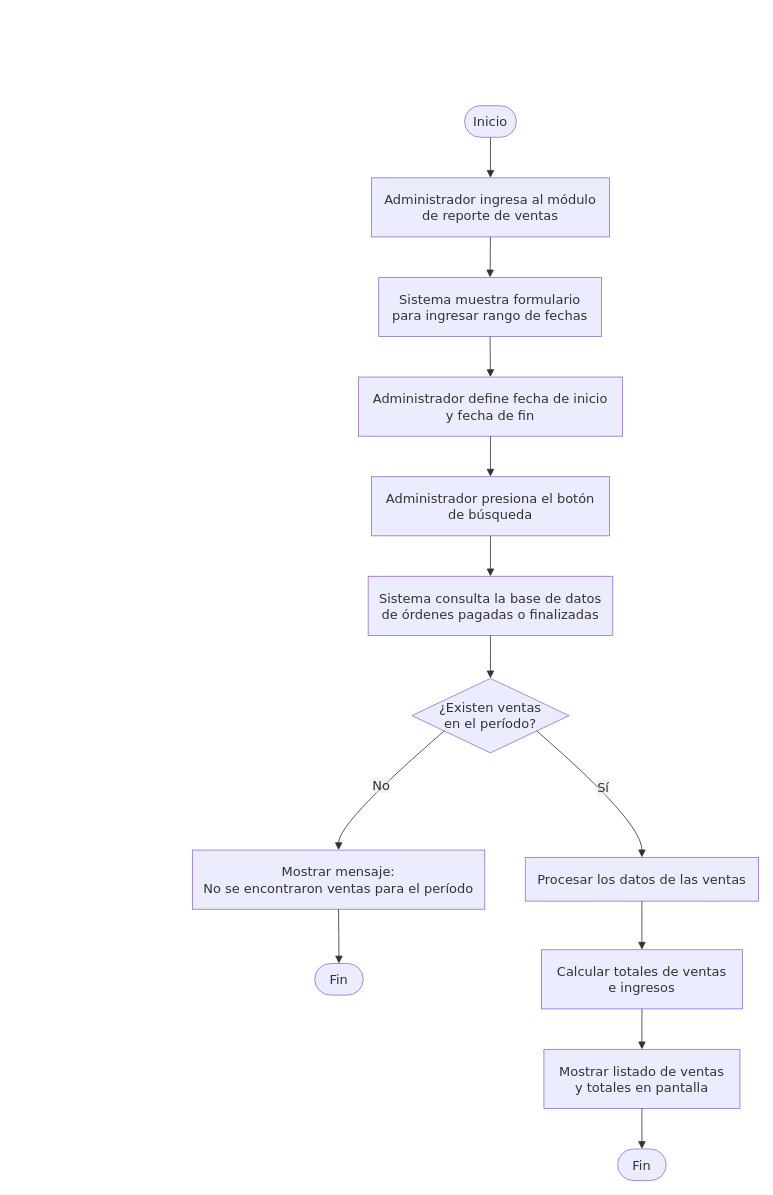
Before: page "RF11" (11 of 14) of documentacion/Diagramas/Diagramas Casos de Uso.drawio in CanelaFeliz/ProyectoPPI115, a draw.io diagram. Source tidied: cells renumbered, new cells numbered last; positions are measured from the earlier drawing's top-left corner, leaving out a move shared by most shapes. Both pictures are drawn from the tidied source at 81%, with x=0, y=0 at pixel (14, 14).
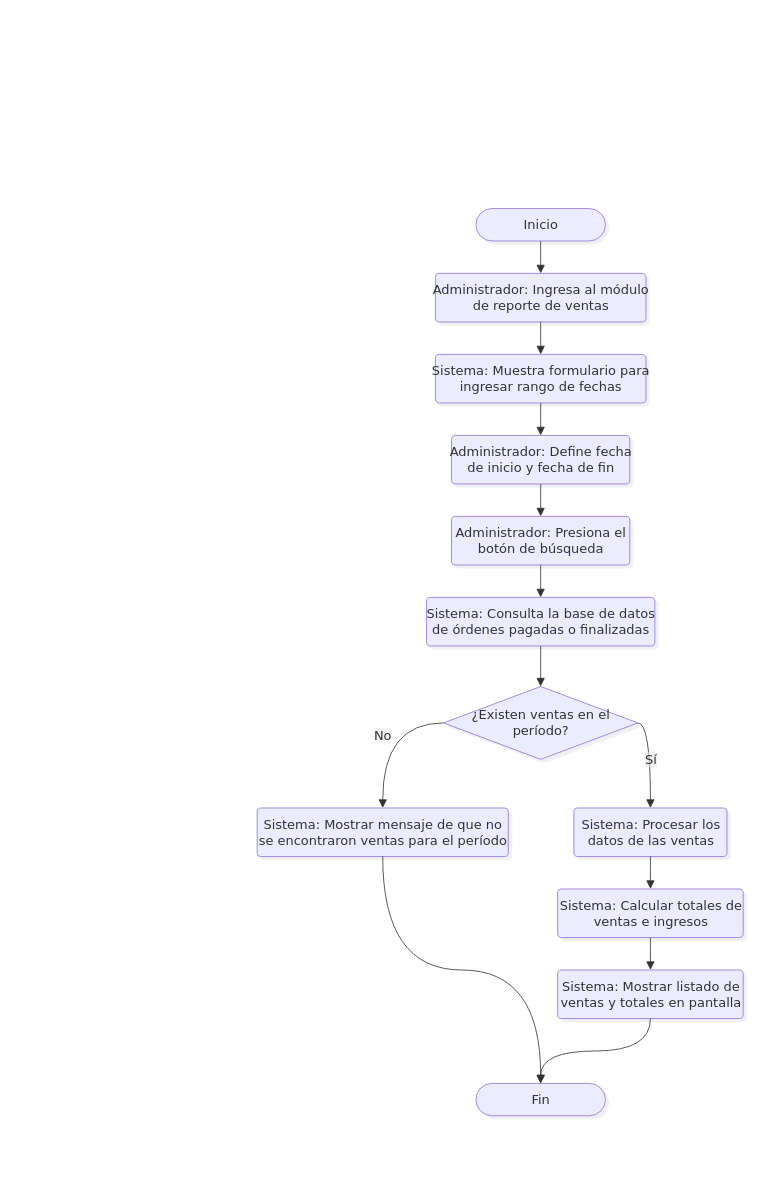
Above is the later version.

Unchanged cells that the change refers to:
```xml
<mxCell id="2" style="group;transparentBounds=1;editIcon=1;lockedGroup=0;groupPadding=10;" parent="1" vertex="1">
  <mxGeometry as="geometry" />
</mxCell>
```

Diff of the diagram source:
```diff
@@
-    <mxCell id="3" value="Inicio" style="html=1;rounded=1;whiteSpace=wrap;arcSize=50;strokeWidth=1;fillColor=light-dark(#ECECFF,#1f2020);strokeColor=light-dark(#9370DB,#cccccc);fontColor=light-dark(#333333,#cccccc);fontFamily=Trebuchet MS,Verdana,Arial,sans-serif;fontSize=16;" parent="2" vertex="1">
-      <mxGeometry x="556" y="113" width="64" height="39" as="geometry" />
+    <mxCell id="3" value="Inicio" style="html=1;rounded=1;arcSize=50;strokeWidth=1;fillColor=light-dark(#ECECFF,#1f2020);strokeColor=light-dark(#9370DB,#cccccc);fontColor=light-dark(#333333,#cccccc);fontFamily=Trebuchet MS,Verdana,Arial,sans-serif;fontSize=16;shadow=1;shadowColor=#000000;shadowOffsetX=4;shadowOffsetY=4;shadowBlur=0;shadowOpacity=6;" parent="2" vertex="1">
+      <mxGeometry x="570" y="240" width="160" height="40" as="geometry" />
     </mxCell>
-    <mxCell id="4" value="Administrador ingresa al módulo&#10;de reporte de ventas" style="html=1;whiteSpace=wrap;strokeWidth=1;fillColor=light-dark(#ECECFF,#1f2020);strokeColor=light-dark(#9370DB,#cccccc);fontColor=light-dark(#333333,#cccccc);fontFamily=Trebuchet MS,Verdana,Arial,sans-serif;fontSize=16;" parent="2" vertex="1">
-      <mxGeometry x="441" y="202" width="294" height="73" as="geometry" />
-    </mxCell>
-    <mxCell id="5" value="Sistema muestra formulario&#10;para ingresar rango de fechas" style="html=1;whiteSpace=wrap;strokeWidth=1;fillColor=light-dark(#ECECFF,#1f2020);strokeColor=light-dark(#9370DB,#cccccc);fontColor=light-dark(#333333,#cccccc);fontFamily=Trebuchet MS,Verdana,Arial,sans-serif;fontSize=16;" parent="2" vertex="1">
-      <mxGeometry x="450" y="325" width="275" height="73" as="geometry" />
-    </mxCell>
-    <mxCell id="6" value="Administrador define fecha de inicio&#10;y fecha de fin" style="html=1;whiteSpace=wrap;strokeWidth=1;fillColor=light-dark(#ECECFF,#1f2020);strokeColor=light-dark(#9370DB,#cccccc);fontColor=light-dark(#333333,#cccccc);fontFamily=Trebuchet MS,Verdana,Arial,sans-serif;fontSize=16;" parent="2" vertex="1">
-      <mxGeometry x="425" y="448" width="326" height="73" as="geometry" />
-    </mxCell>
-    <mxCell id="7" value="Administrador presiona el botón&#10;de búsqueda" style="html=1;whiteSpace=wrap;strokeWidth=1;fillColor=light-dark(#ECECFF,#1f2020);strokeColor=light-dark(#9370DB,#cccccc);fontColor=light-dark(#333333,#cccccc);fontFamily=Trebuchet MS,Verdana,Arial,sans-serif;fontSize=16;" parent="2" vertex="1">
-      <mxGeometry x="441" y="571" width="294" height="73" as="geometry" />
-    </mxCell>
-    <mxCell id="8" value="Sistema consulta la base de datos&#10;de órdenes pagadas o finalizadas" style="html=1;whiteSpace=wrap;strokeWidth=1;fillColor=light-dark(#ECECFF,#1f2020);strokeColor=light-dark(#9370DB,#cccccc);fontColor=light-dark(#333333,#cccccc);fontFamily=Trebuchet MS,Verdana,Arial,sans-serif;fontSize=16;" parent="2" vertex="1">
-      <mxGeometry x="437" y="694" width="302" height="73" as="geometry" />
-    </mxCell>
+    <mxCell id="28" value="Administrador: Ingresa al módulo&lt;br&gt;de reporte de ventas" style="rounded=1;absoluteArcSize=1;arcSize=10;html=1;strokeWidth=1;fillColor=light-dark(#ECECFF,#1f2020);strokeColor=light-dark(#9370DB,#cccccc);fontColor=light-dark(#333333,#cccccc);fontFamily=Trebuchet MS,Verdana,Arial,sans-serif;fontSize=16;shadow=1;shadowColor=#000000;shadowOffsetX=4;shadowOffsetY=4;shadowBlur=0;shadowOpacity=6;labelWidth=120;" parent="2" vertex="1">
+      <mxGeometry x="520" y="320" width="260" height="60" as="geometry" />
+    </mxCell>
+    <mxCell id="29" value="Sistema: Muestra formulario para&lt;br&gt;ingresar rango de fechas" style="rounded=1;absoluteArcSize=1;arcSize=10;html=1;strokeWidth=1;fillColor=light-dark(#ECECFF,#1f2020);strokeColor=light-dark(#9370DB,#cccccc);fontColor=light-dark(#333333,#cccccc);fontFamily=Trebuchet MS,Verdana,Arial,sans-serif;fontSize=16;shadow=1;shadowColor=#000000;shadowOffsetX=4;shadowOffsetY=4;shadowBlur=0;shadowOpacity=6;labelWidth=120;" parent="2" vertex="1">
+      <mxGeometry x="520" y="420" width="260" height="60" as="geometry" />
+    </mxCell>
+    <mxCell id="30" value="Administrador: Define fecha&lt;br&gt;de inicio y fecha de fin" style="rounded=1;absoluteArcSize=1;arcSize=10;html=1;strokeWidth=1;fillColor=light-dark(#ECECFF,#1f2020);strokeColor=light-dark(#9370DB,#cccccc);fontColor=light-dark(#333333,#cccccc);fontFamily=Trebuchet MS,Verdana,Arial,sans-serif;fontSize=16;shadow=1;shadowColor=#000000;shadowOffsetX=4;shadowOffsetY=4;shadowBlur=0;shadowOpacity=6;labelWidth=120;" parent="2" vertex="1">
+      <mxGeometry x="540" y="520" width="220" height="60" as="geometry" />
+    </mxCell>
+    <mxCell id="31" value="Administrador: Presiona el&lt;br&gt;botón de búsqueda" style="rounded=1;absoluteArcSize=1;arcSize=10;html=1;strokeWidth=1;fillColor=light-dark(#ECECFF,#1f2020);strokeColor=light-dark(#9370DB,#cccccc);fontColor=light-dark(#333333,#cccccc);fontFamily=Trebuchet MS,Verdana,Arial,sans-serif;fontSize=16;shadow=1;shadowColor=#000000;shadowOffsetX=4;shadowOffsetY=4;shadowBlur=0;shadowOpacity=6;labelWidth=120;" parent="2" vertex="1">
+      <mxGeometry x="540" y="620" width="220" height="60" as="geometry" />
+    </mxCell>
+    <mxCell id="32" value="Sistema: Consulta la base de datos&lt;br&gt;de órdenes pagadas o finalizadas" style="rounded=1;absoluteArcSize=1;arcSize=10;html=1;strokeWidth=1;fillColor=light-dark(#ECECFF,#1f2020);strokeColor=light-dark(#9370DB,#cccccc);fontColor=light-dark(#333333,#cccccc);fontFamily=Trebuchet MS,Verdana,Arial,sans-serif;fontSize=16;shadow=1;shadowColor=#000000;shadowOffsetX=4;shadowOffsetY=4;shadowBlur=0;shadowOpacity=6;labelWidth=120;" parent="2" vertex="1">
+      <mxGeometry x="509" y="720" width="282" height="60" as="geometry" />
+    </mxCell>
-    <mxCell id="9" value="¿Existen ventas&#10;en el período?" style="rhombus;html=1;strokeWidth=1;whiteSpace=wrap;fillColor=light-dark(#ECECFF,#1f2020);strokeColor=light-dark(#9370DB,#cccccc);fontColor=light-dark(#333333,#cccccc);fontFamily=Trebuchet MS,Verdana,Arial,sans-serif;fontSize=16;" parent="2" vertex="1">
-      <mxGeometry x="491" y="820" width="194" height="92" as="geometry" />
+    <mxCell id="9" value="¿Existen ventas en el&lt;br&gt;período?" style="rhombus;html=1;strokeWidth=1;fillColor=light-dark(#ECECFF,#1f2020);strokeColor=light-dark(#9370DB,#cccccc);fontColor=light-dark(#333333,#cccccc);fontFamily=Trebuchet MS,Verdana,Arial,sans-serif;fontSize=16;shadow=1;shadowColor=#000000;shadowOffsetX=4;shadowOffsetY=4;shadowBlur=0;shadowOpacity=6;labelWidth=120;" parent="2" vertex="1">
+      <mxGeometry x="530" y="830" width="240" height="90" as="geometry" />
     </mxCell>
-    <mxCell id="10" value="Mostrar mensaje:&#10;No se encontraron ventas para el período" style="html=1;whiteSpace=wrap;strokeWidth=1;fillColor=light-dark(#ECECFF,#1f2020);strokeColor=light-dark(#9370DB,#cccccc);fontColor=light-dark(#333333,#cccccc);fontFamily=Trebuchet MS,Verdana,Arial,sans-serif;fontSize=16;" parent="2" vertex="1">
-      <mxGeometry x="220" y="1032" width="361" height="73" as="geometry" />
-    </mxCell>
-    <mxCell id="11" value="Fin" style="html=1;rounded=1;whiteSpace=wrap;arcSize=50;strokeWidth=1;fillColor=light-dark(#ECECFF,#1f2020);strokeColor=light-dark(#9370DB,#cccccc);fontColor=light-dark(#333333,#cccccc);fontFamily=Trebuchet MS,Verdana,Arial,sans-serif;fontSize=16;" parent="2" vertex="1">
-      <mxGeometry x="371" y="1172" width="60" height="39" as="geometry" />
-    </mxCell>
-    <mxCell id="12" value="Procesar los datos de las ventas" style="html=1;whiteSpace=wrap;strokeWidth=1;fillColor=light-dark(#ECECFF,#1f2020);strokeColor=light-dark(#9370DB,#cccccc);fontColor=light-dark(#333333,#cccccc);fontFamily=Trebuchet MS,Verdana,Arial,sans-serif;fontSize=16;" parent="2" vertex="1">
-      <mxGeometry x="631" y="1041" width="288" height="54" as="geometry" />
-    </mxCell>
-    <mxCell id="13" value="Calcular totales de ventas&#10;e ingresos" style="html=1;whiteSpace=wrap;strokeWidth=1;fillColor=light-dark(#ECECFF,#1f2020);strokeColor=light-dark(#9370DB,#cccccc);fontColor=light-dark(#333333,#cccccc);fontFamily=Trebuchet MS,Verdana,Arial,sans-serif;fontSize=16;" parent="2" vertex="1">
-      <mxGeometry x="651" y="1155" width="248" height="73" as="geometry" />
-    </mxCell>
-    <mxCell id="14" value="Mostrar listado de ventas&#10;y totales en pantalla" style="html=1;whiteSpace=wrap;strokeWidth=1;fillColor=light-dark(#ECECFF,#1f2020);strokeColor=light-dark(#9370DB,#cccccc);fontColor=light-dark(#333333,#cccccc);fontFamily=Trebuchet MS,Verdana,Arial,sans-serif;fontSize=16;" parent="2" vertex="1">
-      <mxGeometry x="654" y="1278" width="242" height="73" as="geometry" />
-    </mxCell>
-    <mxCell id="15" value="Fin" style="html=1;rounded=1;whiteSpace=wrap;arcSize=50;strokeWidth=1;fillColor=light-dark(#ECECFF,#1f2020);strokeColor=light-dark(#9370DB,#cccccc);fontColor=light-dark(#333333,#cccccc);fontFamily=Trebuchet MS,Verdana,Arial,sans-serif;fontSize=16;" parent="2" vertex="1">
-      <mxGeometry x="745" y="1401" width="60" height="39" as="geometry" />
-    </mxCell>
-    <mxCell id="16" style="curved=1;startArrow=none;endArrow=block;endSize=7;strokeColor=light-dark(#333333,#cccccc);exitX=0.5;exitY=1;entryX=0.5;entryY=0;rounded=0;" parent="2" edge="1" source="3" target="4">
-      <mxGeometry relative="1" as="geometry" />
-    </mxCell>
-    <mxCell id="17" style="curved=1;startArrow=none;endArrow=block;endSize=7;strokeColor=light-dark(#333333,#cccccc);exitX=0.5;exitY=1;entryX=0.5;entryY=0;rounded=0;" parent="2" edge="1" source="4" target="5">
-      <mxGeometry relative="1" as="geometry" />
-    </mxCell>
-    <mxCell id="18" style="curved=1;startArrow=none;endArrow=block;endSize=7;strokeColor=light-dark(#333333,#cccccc);exitX=0.5;exitY=1;entryX=0.5;entryY=0;rounded=0;" parent="2" edge="1" source="5" target="6">
-      <mxGeometry relative="1" as="geometry" />
-    </mxCell>
-    <mxCell id="19" style="curved=1;startArrow=none;endArrow=block;endSize=7;strokeColor=light-dark(#333333,#cccccc);exitX=0.5;exitY=1;entryX=0.5;entryY=0;rounded=0;" parent="2" edge="1" source="6" target="7">
-      <mxGeometry relative="1" as="geometry" />
-    </mxCell>
-    <mxCell id="20" style="curved=1;startArrow=none;endArrow=block;endSize=7;strokeColor=light-dark(#333333,#cccccc);exitX=0.5;exitY=1;entryX=0.5;entryY=0;rounded=0;" parent="2" edge="1" source="7" target="8">
-      <mxGeometry relative="1" as="geometry" />
-    </mxCell>
-    <mxCell id="21" style="curved=1;startArrow=none;endArrow=block;endSize=7;strokeColor=light-dark(#333333,#cccccc);exitX=0.5;exitY=1;entryX=0.5;entryY=0;rounded=0;" parent="2" edge="1" source="8" target="9">
-      <mxGeometry relative="1" as="geometry" />
-    </mxCell>
+    <mxCell id="33" value="Sistema: Mostrar mensaje de que no&lt;br&gt;se encontraron ventas para el período" style="rounded=1;absoluteArcSize=1;arcSize=10;html=1;strokeWidth=1;fillColor=light-dark(#ECECFF,#1f2020);strokeColor=light-dark(#9370DB,#cccccc);fontColor=light-dark(#333333,#cccccc);fontFamily=Trebuchet MS,Verdana,Arial,sans-serif;fontSize=16;shadow=1;shadowColor=#000000;shadowOffsetX=4;shadowOffsetY=4;shadowBlur=0;shadowOpacity=6;labelWidth=120;" parent="2" vertex="1">
+      <mxGeometry x="300" y="980" width="310" height="60" as="geometry" />
+    </mxCell>
+    <mxCell id="34" value="Sistema: Procesar los&lt;br&gt;datos de las ventas" style="rounded=1;absoluteArcSize=1;arcSize=10;html=1;strokeWidth=1;fillColor=light-dark(#ECECFF,#1f2020);strokeColor=light-dark(#9370DB,#cccccc);fontColor=light-dark(#333333,#cccccc);fontFamily=Trebuchet MS,Verdana,Arial,sans-serif;fontSize=16;shadow=1;shadowColor=#000000;shadowOffsetX=4;shadowOffsetY=4;shadowBlur=0;shadowOpacity=6;labelWidth=120;" parent="2" vertex="1">
+      <mxGeometry x="691" y="980" width="189" height="60" as="geometry" />
+    </mxCell>
+    <mxCell id="35" value="Sistema: Calcular totales de&lt;br&gt;ventas e ingresos" style="rounded=1;absoluteArcSize=1;arcSize=10;html=1;strokeWidth=1;fillColor=light-dark(#ECECFF,#1f2020);strokeColor=light-dark(#9370DB,#cccccc);fontColor=light-dark(#333333,#cccccc);fontFamily=Trebuchet MS,Verdana,Arial,sans-serif;fontSize=16;shadow=1;shadowColor=#000000;shadowOffsetX=4;shadowOffsetY=4;shadowBlur=0;shadowOpacity=6;labelWidth=120;" parent="2" vertex="1">
+      <mxGeometry x="671" y="1080" width="229" height="60" as="geometry" />
+    </mxCell>
+    <mxCell id="36" value="Sistema: Mostrar listado de&lt;br&gt;ventas y totales en pantalla" style="rounded=1;absoluteArcSize=1;arcSize=10;html=1;strokeWidth=1;fillColor=light-dark(#ECECFF,#1f2020);strokeColor=light-dark(#9370DB,#cccccc);fontColor=light-dark(#333333,#cccccc);fontFamily=Trebuchet MS,Verdana,Arial,sans-serif;fontSize=16;shadow=1;shadowColor=#000000;shadowOffsetX=4;shadowOffsetY=4;shadowBlur=0;shadowOpacity=6;labelWidth=120;" parent="2" vertex="1">
+      <mxGeometry x="671" y="1180" width="229" height="60" as="geometry" />
+    </mxCell>
+    <mxCell id="37" value="Fin" style="html=1;rounded=1;arcSize=50;strokeWidth=1;fillColor=light-dark(#ECECFF,#1f2020);strokeColor=light-dark(#9370DB,#cccccc);fontColor=light-dark(#333333,#cccccc);fontFamily=Trebuchet MS,Verdana,Arial,sans-serif;fontSize=16;shadow=1;shadowColor=#000000;shadowOffsetX=4;shadowOffsetY=4;shadowBlur=0;shadowOpacity=6;" parent="2" vertex="1">
+      <mxGeometry x="570" y="1320" width="160" height="40" as="geometry" />
+    </mxCell>
+    <mxCell id="38" style="curved=1;startArrow=none;endArrow=block;endSize=8;strokeColor=light-dark(#333333,#cccccc);exitX=0.5;exitY=1;entryX=0.5;entryY=0;targetPerimeterSpacing=4;rounded=0;" parent="2" edge="1" source="3" target="28">
+      <mxGeometry relative="1" as="geometry" />
+    </mxCell>
+    <mxCell id="39" style="curved=1;startArrow=none;endArrow=block;endSize=8;strokeColor=light-dark(#333333,#cccccc);exitX=0.5;exitY=1;entryX=0.5;entryY=0;targetPerimeterSpacing=4;rounded=0;" parent="2" edge="1" source="28" target="29">
+      <mxGeometry relative="1" as="geometry" />
+    </mxCell>
+    <mxCell id="40" style="curved=1;startArrow=none;endArrow=block;endSize=8;strokeColor=light-dark(#333333,#cccccc);exitX=0.5;exitY=1;entryX=0.5;entryY=0;targetPerimeterSpacing=4;rounded=0;" parent="2" edge="1" source="29" target="30">
+      <mxGeometry relative="1" as="geometry" />
+    </mxCell>
+    <mxCell id="41" style="curved=1;startArrow=none;endArrow=block;endSize=8;strokeColor=light-dark(#333333,#cccccc);exitX=0.5;exitY=1;entryX=0.5;entryY=0;targetPerimeterSpacing=4;rounded=0;" parent="2" edge="1" source="30" target="31">
+      <mxGeometry relative="1" as="geometry" />
+    </mxCell>
+    <mxCell id="42" style="curved=1;startArrow=none;endArrow=block;endSize=8;strokeColor=light-dark(#333333,#cccccc);exitX=0.5;exitY=1;entryX=0.5;entryY=0;targetPerimeterSpacing=4;rounded=0;" parent="2" edge="1" source="31" target="32">
+      <mxGeometry relative="1" as="geometry" />
+    </mxCell>
+    <mxCell id="43" style="curved=1;startArrow=none;endArrow=block;endSize=8;strokeColor=light-dark(#333333,#cccccc);exitX=0.5;exitY=1;entryX=0.5;entryY=0;targetPerimeterSpacing=4;rounded=0;" parent="2" edge="1" source="32" target="9">
+      <mxGeometry relative="1" as="geometry" />
+    </mxCell>
-    <mxCell id="22" value="No" style="curved=1;startArrow=none;endArrow=block;endSize=7;strokeColor=light-dark(#333333,#cccccc);html=1;fontSize=16;labelBackgroundColor=light-dark(#E8E8E88D,#2a2a2a8D);fontFamily=Trebuchet MS,Verdana,Arial,sans-serif;fontColor=light-dark(#333333,#cccccc);exitX=0;exitY=0.85;entryX=0.5;entryY=0;rounded=0;" parent="2" edge="1" source="9" target="10">
-      <mxGeometry relative="1" as="geometry">
-        <Array as="points">
-          <mxPoint x="401" y="997" />
-        </Array>
-      </mxGeometry>
+    <mxCell id="22" value="No" style="curved=1;startArrow=none;endArrow=block;endSize=8;strokeColor=light-dark(#333333,#cccccc);html=1;fontSize=16;labelBackgroundColor=light-dark(#E8E8E88D,#2a2a2a8D);fontFamily=Trebuchet MS,Verdana,Arial,sans-serif;fontColor=light-dark(#333333,#cccccc);exitX=0;exitY=0.5;entryX=0.5;entryY=0;targetPerimeterSpacing=4;rounded=0;exitDx=0;exitDy=0;edgeStyle=orthogonalEdgeStyle;curveGeometry=1;entryDx=0;entryDy=0;" parent="2" edge="1" source="9" target="33">
+      <mxGeometry x="0.01" relative="1" as="geometry" />
     </mxCell>
-    <mxCell id="23" style="curved=1;startArrow=none;endArrow=block;endSize=7;strokeColor=light-dark(#333333,#cccccc);exitX=0.5;exitY=1;entryX=0.5;entryY=0;rounded=0;" parent="2" edge="1" source="10" target="11">
-      <mxGeometry relative="1" as="geometry" />
-    </mxCell>
+    <mxCell id="44" style="curved=1;startArrow=none;endArrow=block;endSize=8;strokeColor=light-dark(#333333,#cccccc);exitX=0.5;exitY=1;entryX=0.5;entryY=0;targetPerimeterSpacing=4;rounded=0;entryDx=0;entryDy=0;edgeStyle=orthogonalEdgeStyle;curveGeometry=1;" parent="2" edge="1" source="33" target="37">
+      <mxGeometry relative="1" as="geometry" />
+    </mxCell>
-    <mxCell id="24" value="Sí" style="curved=1;startArrow=none;endArrow=block;endSize=7;strokeColor=light-dark(#333333,#cccccc);html=1;fontSize=16;labelBackgroundColor=light-dark(#E8E8E88D,#2a2a2a8D);fontFamily=Trebuchet MS,Verdana,Arial,sans-serif;fontColor=light-dark(#333333,#cccccc);exitX=1;exitY=0.85;entryX=0.5;entryY=0;rounded=0;" parent="2" edge="1" source="9" target="12">
-      <mxGeometry relative="1" as="geometry">
-        <Array as="points">
-          <mxPoint x="775" y="997" />
-        </Array>
-      </mxGeometry>
+    <mxCell id="24" value="Sí" style="curved=1;startArrow=none;endArrow=block;endSize=8;strokeColor=light-dark(#333333,#cccccc);html=1;fontSize=16;labelBackgroundColor=light-dark(#E8E8E88D,#2a2a2a8D);fontFamily=Trebuchet MS,Verdana,Arial,sans-serif;fontColor=light-dark(#333333,#cccccc);exitX=1;exitY=0.5;entryX=0.5;entryY=0;targetPerimeterSpacing=4;rounded=0;exitDx=0;exitDy=0;edgeStyle=orthogonalEdgeStyle;curveGeometry=1;" parent="2" edge="1" source="9" target="34">
+      <mxGeometry relative="1" as="geometry" />
     </mxCell>
-    <mxCell id="25" style="curved=1;startArrow=none;endArrow=block;endSize=7;strokeColor=light-dark(#333333,#cccccc);exitX=0.5;exitY=1;entryX=0.5;entryY=0;rounded=0;" parent="2" edge="1" source="12" target="13">
-      <mxGeometry relative="1" as="geometry" />
-    </mxCell>
-    <mxCell id="26" style="curved=1;startArrow=none;endArrow=block;endSize=7;strokeColor=light-dark(#333333,#cccccc);exitX=0.5;exitY=1;entryX=0.5;entryY=0;rounded=0;" parent="2" edge="1" source="13" target="14">
-      <mxGeometry relative="1" as="geometry" />
-    </mxCell>
-    <mxCell id="27" style="curved=1;startArrow=none;endArrow=block;endSize=7;strokeColor=light-dark(#333333,#cccccc);exitX=0.5;exitY=1;entryX=0.5;entryY=0;rounded=0;" parent="2" edge="1" source="14" target="15">
-      <mxGeometry relative="1" as="geometry" />
-    </mxCell>
+    <mxCell id="45" style="curved=1;startArrow=none;endArrow=block;endSize=8;strokeColor=light-dark(#333333,#cccccc);exitX=0.5;exitY=1;entryX=0.5;entryY=0;targetPerimeterSpacing=4;rounded=0;" parent="2" edge="1" source="34" target="35">
+      <mxGeometry relative="1" as="geometry" />
+    </mxCell>
+    <mxCell id="46" style="curved=1;startArrow=none;endArrow=block;endSize=8;strokeColor=light-dark(#333333,#cccccc);exitX=0.5;exitY=1;entryX=0.5;entryY=0;targetPerimeterSpacing=4;rounded=0;" parent="2" edge="1" source="35" target="36">
+      <mxGeometry relative="1" as="geometry" />
+    </mxCell>
+    <mxCell id="47" style="curved=1;startArrow=none;endArrow=block;endSize=8;strokeColor=light-dark(#333333,#cccccc);exitX=0.5;exitY=1;entryX=0.5;entryY=0;targetPerimeterSpacing=4;rounded=0;edgeStyle=orthogonalEdgeStyle;curveGeometry=1;" parent="2" edge="1" source="36" target="37">
+      <mxGeometry relative="1" as="geometry" />
+    </mxCell>
```
